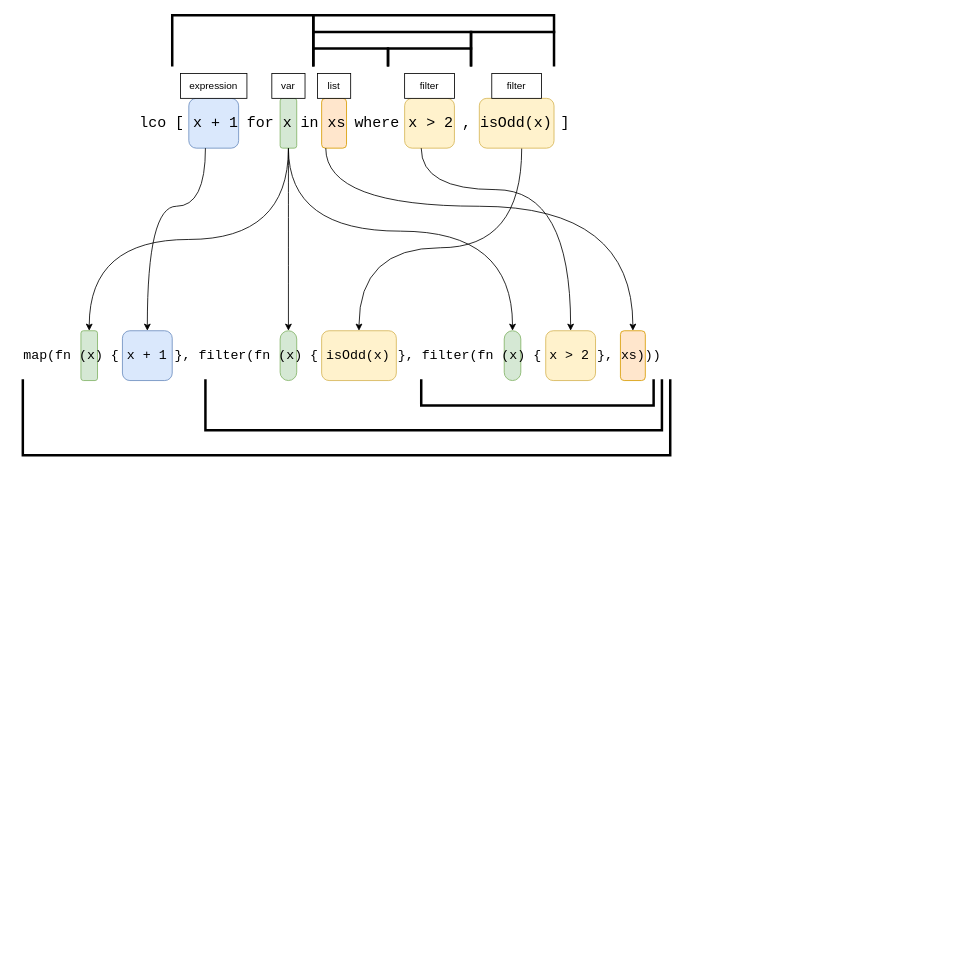
The draw.io diagram docs/SYNTAX.drawio in billhails/CEKF, before the edit. Source tidied: cells renumbered, new cells numbered last; positions are measured from the earlier drawing's top-left corner, leaving out a move shared by most shapes. Both pictures are drawn from the tidied source at 83%, with x=0, y=0 at pixel (14, 15).
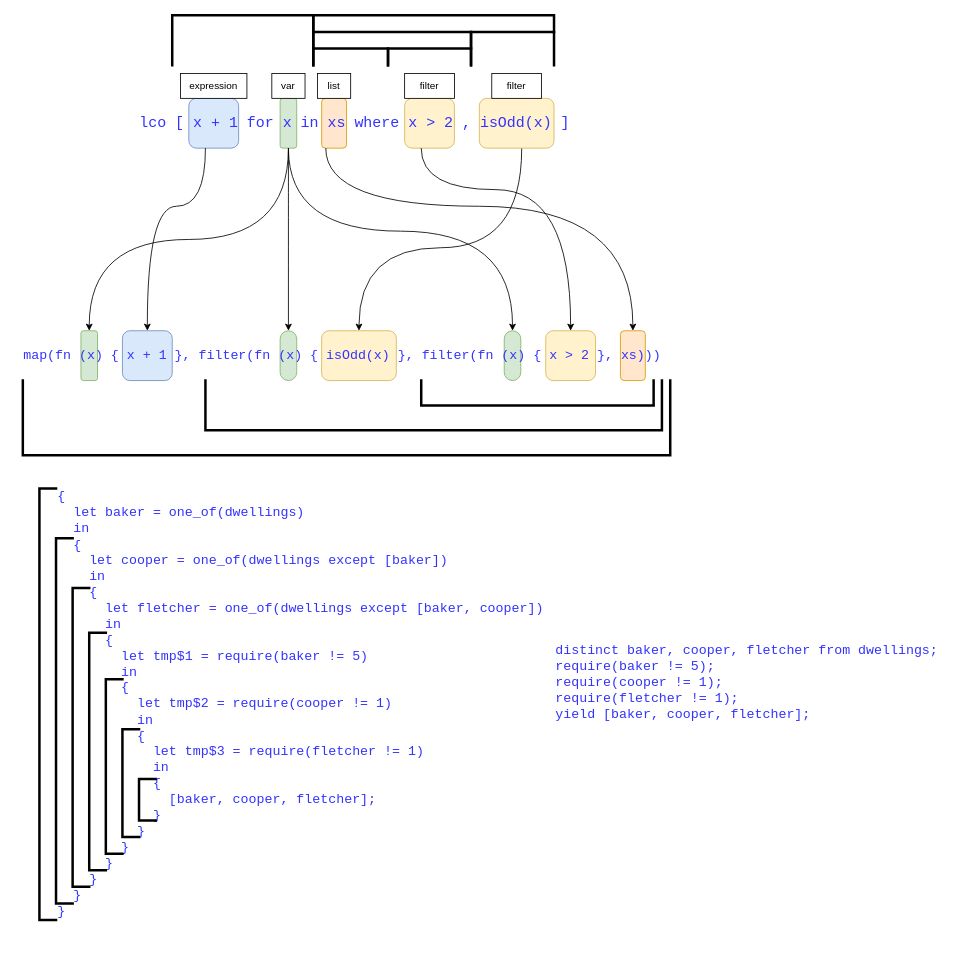
Above is the later version.

What changed in the source:
```diff
@@
-    <mxCell id="15" value="lco [ x + 1 for x in xs where x &amp;gt; 2 , isOdd(x) ]" style="rounded=0;whiteSpace=wrap;html=1;fontFamily=Courier New;fontSize=18;strokeColor=none;fillColor=none;" parent="1" vertex="1">
+    <mxCell id="15" value="lco [ x + 1 for x in xs where x &amp;gt; 2 , isOdd(x) ]" style="rounded=0;whiteSpace=wrap;html=1;fontFamily=Courier New;fontSize=18;strokeColor=none;fillColor=none;fontColor=#3333FF;" parent="1" vertex="1">
       <mxGeometry x="130" y="100" width="560" height="60" as="geometry" />
     </mxCell>
@@
-    <mxCell id="22" value="map(fn (x) { x + 1 }, filter(fn (x) { isOdd(x) }, filter(fn (x) { x &amp;gt; 2 }, xs)))" style="rounded=0;whiteSpace=wrap;html=1;fontFamily=Courier New;fontSize=16;strokeColor=none;fillColor=none;" parent="1" vertex="1">
+    <mxCell id="22" value="map(fn (x) { x + 1 }, filter(fn (x) { isOdd(x) }, filter(fn (x) { x &amp;gt; 2 }, xs)))" style="rounded=0;whiteSpace=wrap;html=1;fontFamily=Courier New;fontSize=16;strokeColor=none;fillColor=none;fontColor=#3333FF;" parent="1" vertex="1">
       <mxGeometry y="380" width="790" height="60" as="geometry" />
     </mxCell>
@@
+    <mxCell id="37" value="{&lt;div&gt;&amp;nbsp; let&lt;span style=&quot;background-color: transparent;&quot;&gt;&amp;nbsp;baker = one_of(dwellings)&lt;/span&gt;&lt;div&gt;&amp;nbsp; in&lt;/div&gt;&lt;div&gt;&amp;nbsp; {&lt;/div&gt;&lt;div&gt;&amp;nbsp; &amp;nbsp; let cooper = one_of(dwellings except [baker])&lt;/div&gt;&lt;div&gt;&amp;nbsp; &amp;nbsp; in&lt;/div&gt;&lt;div&gt;&amp;nbsp; &amp;nbsp; {&lt;/div&gt;&lt;div&gt;&amp;nbsp; &amp;nbsp; &amp;nbsp; let fletcher = one_of(dwellings except [baker, cooper])&lt;/div&gt;&lt;div&gt;&amp;nbsp; &amp;nbsp; &amp;nbsp; in&lt;/div&gt;&lt;div&gt;&amp;nbsp; &amp;nbsp; &amp;nbsp; {&lt;/div&gt;&lt;div&gt;&amp;nbsp; &amp;nbsp; &amp;nbsp; &amp;nbsp; let tmp$1 = require(baker != 5)&lt;/div&gt;&lt;div&gt;&amp;nbsp; &amp;nbsp; &amp;nbsp; &amp;nbsp; in&lt;/div&gt;&lt;div&gt;&amp;nbsp; &amp;nbsp; &amp;nbsp; &amp;nbsp; {&lt;/div&gt;&lt;div&gt;&amp;nbsp; &amp;nbsp; &amp;nbsp; &amp;nbsp; &amp;nbsp; let tmp$2 = require(cooper != 1)&lt;/div&gt;&lt;div&gt;&amp;nbsp; &amp;nbsp; &amp;nbsp; &amp;nbsp; &amp;nbsp; in&lt;/div&gt;&lt;div&gt;&amp;nbsp; &amp;nbsp; &amp;nbsp; &amp;nbsp; &amp;nbsp; {&lt;/div&gt;&lt;div&gt;&amp;nbsp; &amp;nbsp; &amp;nbsp; &amp;nbsp; &amp;nbsp; &amp;nbsp; let tmp$3 = require(fletcher != 1)&lt;/div&gt;&lt;div&gt;&amp;nbsp; &amp;nbsp; &amp;nbsp; &amp;nbsp; &amp;nbsp; &amp;nbsp; in&lt;/div&gt;&lt;div&gt;&amp;nbsp; &amp;nbsp; &amp;nbsp; &amp;nbsp; &amp;nbsp; &amp;nbsp; {&lt;/div&gt;&lt;div&gt;&amp;nbsp; &amp;nbsp; &amp;nbsp; &amp;nbsp; &amp;nbsp; &amp;nbsp; &amp;nbsp; [baker, cooper, fletcher];&lt;/div&gt;&lt;div&gt;&amp;nbsp; &amp;nbsp; &amp;nbsp; &amp;nbsp; &amp;nbsp; &amp;nbsp; }&lt;/div&gt;&lt;div&gt;&amp;nbsp; &amp;nbsp; &amp;nbsp; &amp;nbsp; &amp;nbsp; }&lt;/div&gt;&lt;div&gt;&amp;nbsp; &amp;nbsp; &amp;nbsp; &amp;nbsp; }&lt;/div&gt;&lt;div&gt;&amp;nbsp; &amp;nbsp; &amp;nbsp; }&lt;/div&gt;&lt;div&gt;&amp;nbsp; &amp;nbsp; }&lt;/div&gt;&lt;div&gt;&amp;nbsp; }&lt;/div&gt;&lt;/div&gt;&lt;div&gt;}&lt;/div&gt;" style="rounded=0;whiteSpace=wrap;html=1;fontFamily=Courier New;fontSize=16;strokeColor=none;fillColor=none;align=left;verticalAlign=top;fontColor=#3333FF;" parent="1" vertex="1">
+      <mxGeometry x="50" y="565" width="640" height="550" as="geometry" />
+    </mxCell>
+    <mxCell id="38" style="shape=partialRectangle;whiteSpace=wrap;html=1;bottom=1;right=1;left=1;top=0;fillColor=none;routingCenterX=-0.5;direction=south;strokeWidth=3;" parent="1" vertex="1">
+      <mxGeometry x="150" y="920" width="20" height="50" as="geometry" />
+    </mxCell>
+    <mxCell id="39" style="shape=partialRectangle;whiteSpace=wrap;html=1;bottom=1;right=1;left=1;top=0;fillColor=none;routingCenterX=-0.5;direction=south;strokeWidth=3;" parent="1" vertex="1">
+      <mxGeometry x="130" y="860" width="20" height="130" as="geometry" />
+    </mxCell>
+    <mxCell id="40" style="shape=partialRectangle;whiteSpace=wrap;html=1;bottom=1;right=1;left=1;top=0;fillColor=none;routingCenterX=-0.5;direction=south;strokeWidth=3;" parent="1" vertex="1">
+      <mxGeometry x="90" y="743.8" width="20" height="286.2" as="geometry" />
+    </mxCell>
+    <mxCell id="41" style="shape=partialRectangle;whiteSpace=wrap;html=1;bottom=1;right=1;left=1;top=0;fillColor=none;routingCenterX=-0.5;direction=south;strokeWidth=3;" parent="1" vertex="1">
+      <mxGeometry x="110" y="800" width="20" height="210" as="geometry" />
+    </mxCell>
+    <mxCell id="42" style="shape=partialRectangle;whiteSpace=wrap;html=1;bottom=1;right=1;left=1;top=0;fillColor=none;routingCenterX=-0.5;direction=south;strokeWidth=3;" parent="1" vertex="1">
+      <mxGeometry x="70" y="690" width="20" height="360" as="geometry" />
+    </mxCell>
+    <mxCell id="43" style="shape=partialRectangle;whiteSpace=wrap;html=1;bottom=1;right=1;left=1;top=0;fillColor=none;routingCenterX=-0.5;direction=south;strokeWidth=3;" parent="1" vertex="1">
+      <mxGeometry x="50" y="630" width="20" height="440" as="geometry" />
+    </mxCell>
+    <mxCell id="44" value="&lt;span style=&quot;background-color: transparent;&quot;&gt;distinct baker,&amp;nbsp;&lt;/span&gt;&lt;span style=&quot;background-color: transparent;&quot;&gt;cooper,&amp;nbsp;&lt;/span&gt;&lt;span style=&quot;background-color: transparent;&quot;&gt;fletcher from dwellings;&lt;/span&gt;&lt;div&gt;&lt;span style=&quot;background-color: transparent;&quot;&gt;require(baker != 5);&lt;/span&gt;&lt;/div&gt;&lt;div&gt;&lt;span style=&quot;background-color: transparent;&quot;&gt;require(cooper != 1);&lt;/span&gt;&lt;/div&gt;&lt;div&gt;&lt;span style=&quot;background-color: transparent;&quot;&gt;require(fletcher != 1);&lt;/span&gt;&lt;/div&gt;&lt;div&gt;&lt;span style=&quot;background-color: transparent;&quot;&gt;yield [baker, cooper, fletcher];&lt;/span&gt;&lt;/div&gt;&lt;div&gt;&lt;br&gt;&lt;/div&gt;" style="rounded=0;whiteSpace=wrap;html=1;fontFamily=Courier New;fontSize=16;strokeColor=none;fillColor=none;align=left;verticalAlign=top;fontColor=#3333FF;" parent="1" vertex="1">
+      <mxGeometry x="650" y="750" width="480" height="115" as="geometry" />
+    </mxCell>
+    <mxCell id="45" style="shape=partialRectangle;whiteSpace=wrap;html=1;bottom=1;right=1;left=1;top=0;fillColor=none;routingCenterX=-0.5;direction=south;strokeWidth=3;" parent="1" vertex="1">
+      <mxGeometry x="30" y="570" width="20" height="520" as="geometry" />
+    </mxCell>
```
